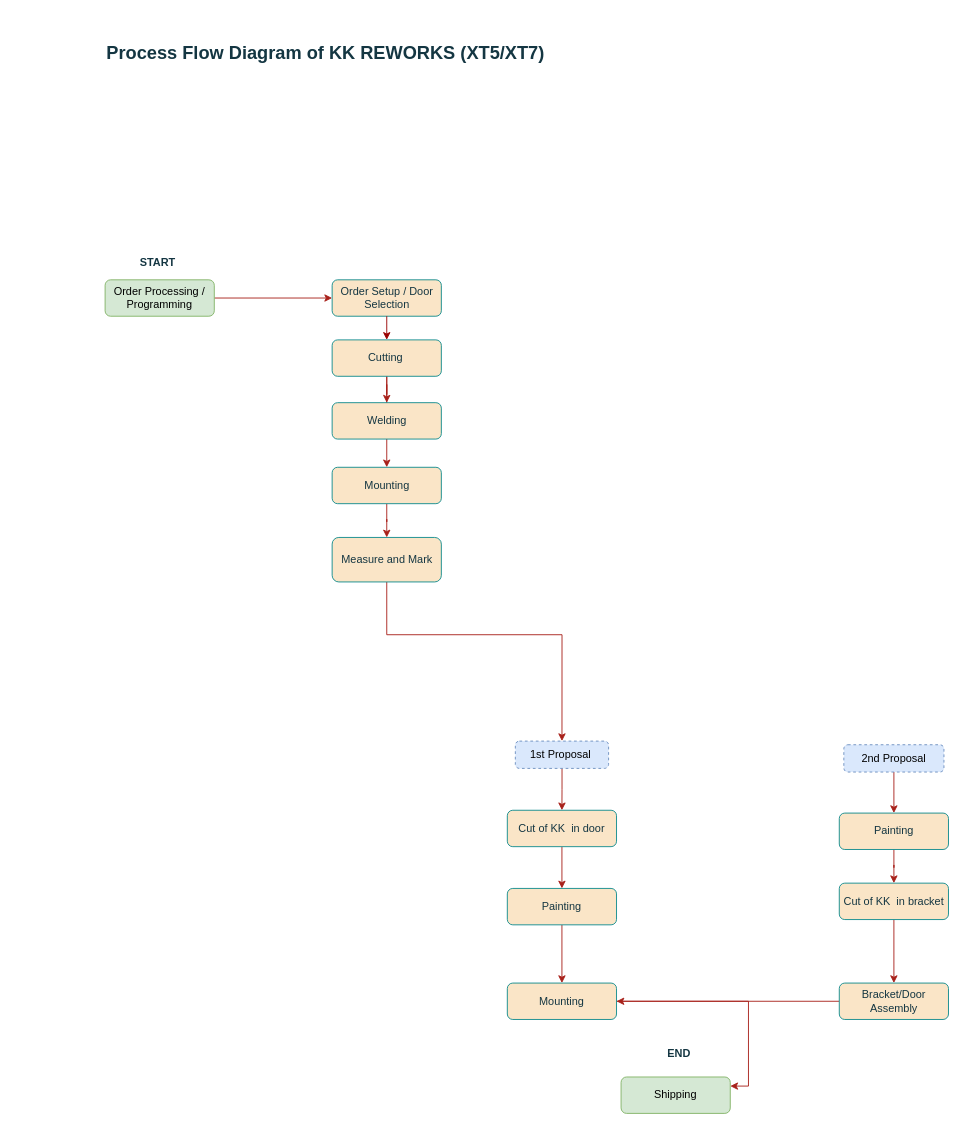
nalrob/Me keeps this draw.io diagram as page "Propuesta 1" (3 of 4) of Untitled Diagram.drawio. Above is the earlier version. Source tidied: cells renumbered, new cells numbered last; positions are measured from the earlier drawing's top-left corner, leaving out a move shared by most shapes. Both pictures are drawn from the tidied source at 91%, with x=0, y=0 at pixel (35, 15).
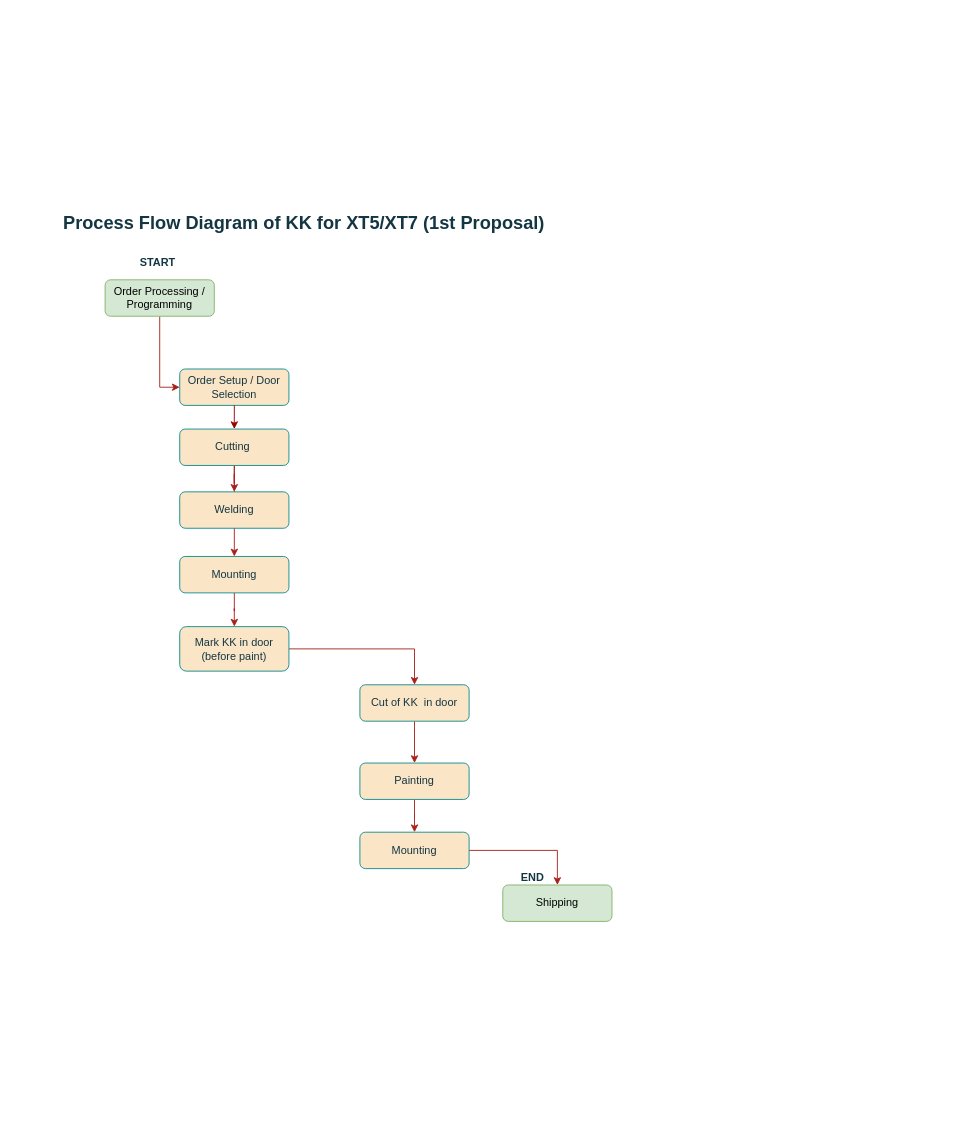
Above is the later version.

Diff of the diagram source:
```diff
@@
-    <mxCell id="2" style="edgeStyle=orthogonalEdgeStyle;rounded=0;jettySize=auto;html=1;entryX=0.5;entryY=0;entryDx=0;entryDy=0;strokeColor=#A8201A;fontColor=#143642;fillColor=#FAE5C7;" parent="1" edge="1" source="3" target="12">
+    <mxCell id="2" style="edgeStyle=orthogonalEdgeStyle;rounded=0;jettySize=auto;html=1;entryX=0.5;entryY=0;entryDx=0;entryDy=0;strokeColor=#A8201A;fontColor=#143642;fillColor=#FAE5C7;exitX=1;exitY=0.5;exitDx=0;exitDy=0;" parent="1" edge="1" source="24" target="12">
       <mxGeometry relative="1" as="geometry" />
     </mxCell>
-    <mxCell id="3" value="1st Proposal&amp;nbsp;" style="text;html=1;align=center;verticalAlign=middle;whiteSpace=wrap;rounded=1;labelBackgroundColor=none;dashed=1;strokeColor=#6c8ebf;fillColor=#dae8fc;" parent="1" vertex="1">
-      <mxGeometry x="527.8" y="796.9" width="102.5" height="30" as="geometry" />
-    </mxCell>
-    <mxCell id="4" style="edgeStyle=orthogonalEdgeStyle;rounded=0;jettySize=auto;html=1;strokeColor=#A8201A;fontColor=#143642;fillColor=#FAE5C7;" parent="1" edge="1" source="5" target="33">
-      <mxGeometry relative="1" as="geometry" />
-    </mxCell>
-    <mxCell id="5" value="2nd Proposal" style="text;html=1;align=center;verticalAlign=middle;whiteSpace=wrap;rounded=1;labelBackgroundColor=none;strokeColor=#6c8ebf;dashed=1;fillColor=#dae8fc;" parent="1" vertex="1">
-      <mxGeometry x="888.8" y="800.9" width="110" height="30" as="geometry" />
-    </mxCell>
     <mxCell id="6" value="Order Setup / Door Selection" style="rounded=1;whiteSpace=wrap;html=1;fontSize=12;glass=0;strokeWidth=1;shadow=0;labelBackgroundColor=none;fillColor=#FAE5C7;strokeColor=#0F8B8D;fontColor=#143642;" parent="1" vertex="1">
-      <mxGeometry x="326.5" y="290" width="120" height="40" as="geometry" />
+      <mxGeometry x="159" y="388" width="120" height="40" as="geometry" />
     </mxCell>
@@
     <mxCell id="8" value="Shipping" style="rounded=1;whiteSpace=wrap;html=1;fontSize=12;glass=0;strokeWidth=1;shadow=0;labelBackgroundColor=none;fillColor=#d5e8d4;strokeColor=#82b366;" parent="1" vertex="1">
-      <mxGeometry x="644" y="1166" width="120" height="40" as="geometry" />
+      <mxGeometry x="514" y="955" width="120" height="40" as="geometry" />
     </mxCell>
-    <mxCell id="9" style="edgeStyle=orthogonalEdgeStyle;rounded=0;jettySize=auto;html=1;entryX=1;entryY=0.25;entryDx=0;entryDy=0;strokeColor=#A8201A;fontColor=#143642;fillColor=#FAE5C7;" parent="1" edge="1" source="10" target="8">
+    <mxCell id="9" style="edgeStyle=orthogonalEdgeStyle;rounded=0;jettySize=auto;html=1;strokeColor=#A8201A;fontColor=#143642;fillColor=#FAE5C7;" parent="1" edge="1" source="10" target="8">
       <mxGeometry relative="1" as="geometry" />
     </mxCell>
     <mxCell id="10" value="Mounting" style="rounded=1;whiteSpace=wrap;html=1;fontSize=12;glass=0;strokeWidth=1;shadow=0;labelBackgroundColor=none;fillColor=#FAE5C7;strokeColor=#0F8B8D;fontColor=#143642;" parent="1" vertex="1">
-      <mxGeometry x="519" y="1062.8" width="120" height="40" as="geometry" />
+      <mxGeometry x="357" y="897" width="120" height="40" as="geometry" />
     </mxCell>
@@
     <mxCell id="12" value="Cut of KK&amp;nbsp; in door" style="rounded=1;whiteSpace=wrap;html=1;fontSize=12;glass=0;strokeWidth=1;shadow=0;labelBackgroundColor=none;fillColor=#FAE5C7;strokeColor=#0F8B8D;fontColor=#143642;" parent="1" vertex="1">
-      <mxGeometry x="519" y="872.9" width="120" height="40" as="geometry" />
+      <mxGeometry x="357" y="735" width="120" height="40" as="geometry" />
     </mxCell>
@@
     <mxCell id="14" value="Painting" style="rounded=1;whiteSpace=wrap;html=1;fontSize=12;glass=0;strokeWidth=1;shadow=0;labelBackgroundColor=none;fillColor=#FAE5C7;strokeColor=#0F8B8D;fontColor=#143642;" parent="1" vertex="1">
-      <mxGeometry x="519" y="958.8" width="120" height="40" as="geometry" />
+      <mxGeometry x="357" y="821" width="120" height="40" as="geometry" />
     </mxCell>
@@
     <mxCell id="17" value="Cutting&amp;nbsp;" style="rounded=1;whiteSpace=wrap;html=1;fontSize=12;glass=0;strokeWidth=1;shadow=0;labelBackgroundColor=none;fillColor=#FAE5C7;strokeColor=#0F8B8D;fontColor=#143642;" parent="1" vertex="1">
-      <mxGeometry x="326.5" y="356" width="120" height="40" as="geometry" />
+      <mxGeometry x="159" y="454" width="120" height="40" as="geometry" />
     </mxCell>
     <mxCell id="18" value="Welding" style="rounded=1;whiteSpace=wrap;html=1;fontSize=12;glass=0;strokeWidth=1;shadow=0;labelBackgroundColor=none;fillColor=#FAE5C7;strokeColor=#0F8B8D;fontColor=#143642;" parent="1" vertex="1">
-      <mxGeometry x="326.5" y="425" width="120" height="40" as="geometry" />
+      <mxGeometry x="159" y="523" width="120" height="40" as="geometry" />
     </mxCell>
-    <mxCell id="19" style="edgeStyle=orthogonalEdgeStyle;rounded=0;jettySize=auto;html=1;entryX=1;entryY=0.5;entryDx=0;entryDy=0;strokeColor=#A8201A;fontColor=#143642;fillColor=#FAE5C7;" parent="1" edge="1" source="20" target="10">
-      <mxGeometry relative="1" as="geometry" />
-    </mxCell>
-    <mxCell id="20" value="Bracket/Door Assembly" style="rounded=1;whiteSpace=wrap;html=1;fontSize=12;glass=0;strokeWidth=1;shadow=0;labelBackgroundColor=none;fillColor=#FAE5C7;strokeColor=#0F8B8D;fontColor=#143642;" parent="1" vertex="1">
-      <mxGeometry x="883.8" y="1062.8" width="120" height="40" as="geometry" />
-    </mxCell>
@@
     <mxCell id="22" value="Mounting" style="rounded=1;whiteSpace=wrap;html=1;fontSize=12;glass=0;strokeWidth=1;shadow=0;labelBackgroundColor=none;fillColor=#FAE5C7;strokeColor=#0F8B8D;fontColor=#143642;" parent="1" vertex="1">
-      <mxGeometry x="326.5" y="496" width="120" height="40" as="geometry" />
+      <mxGeometry x="159" y="594" width="120" height="40" as="geometry" />
     </mxCell>
-    <mxCell id="23" style="edgeStyle=orthogonalEdgeStyle;rounded=0;jettySize=auto;html=1;entryX=0.5;entryY=0;entryDx=0;entryDy=0;strokeColor=#A8201A;fontColor=#143642;fillColor=#FAE5C7;" parent="1" edge="1" source="24" target="3">
-      <mxGeometry relative="1" as="geometry">
-        <Array as="points">
-          <mxPoint x="387" y="680" />
-          <mxPoint x="579" y="680" />
-        </Array>
-      </mxGeometry>
-    </mxCell>
-    <mxCell id="24" value="Measure and Mark" style="rounded=1;whiteSpace=wrap;html=1;fontSize=12;glass=0;strokeWidth=1;shadow=0;labelBackgroundColor=none;fillColor=#FAE5C7;strokeColor=#0F8B8D;fontColor=#143642;" parent="1" vertex="1">
-      <mxGeometry x="326.5" y="573.1" width="120" height="48.9" as="geometry" />
+    <mxCell id="24" value="Mark KK in door (before paint)" style="rounded=1;whiteSpace=wrap;html=1;fontSize=12;glass=0;strokeWidth=1;shadow=0;labelBackgroundColor=none;fillColor=#FAE5C7;strokeColor=#0F8B8D;fontColor=#143642;" parent="1" vertex="1">
+      <mxGeometry x="159" y="671.1" width="120" height="48.9" as="geometry" />
     </mxCell>
-    <mxCell id="25" style="edgeStyle=orthogonalEdgeStyle;rounded=0;jettySize=auto;html=1;strokeColor=#A8201A;fontColor=#143642;fillColor=#FAE5C7;" parent="1" edge="1" source="26" target="20">
-      <mxGeometry relative="1" as="geometry" />
-    </mxCell>
-    <mxCell id="26" value="Cut of KK&amp;nbsp; in bracket" style="rounded=1;whiteSpace=wrap;html=1;fontSize=12;glass=0;strokeWidth=1;shadow=0;labelBackgroundColor=none;fillColor=#FAE5C7;strokeColor=#0F8B8D;fontColor=#143642;" parent="1" vertex="1">
-      <mxGeometry x="883.8" y="953" width="120" height="40" as="geometry" />
-    </mxCell>
@@
     <mxCell id="30" value="END" style="text;html=1;align=center;verticalAlign=middle;whiteSpace=wrap;rounded=0;fontColor=#143642;fontStyle=1;" parent="1" vertex="1">
-      <mxGeometry x="678" y="1125" width="60" height="30" as="geometry" />
+      <mxGeometry x="517" y="932" width="60" height="30" as="geometry" />
     </mxCell>
-    <mxCell id="31" value="Process Flow Diagram of KK REWORKS (XT5/XT7)" style="text;html=1;align=center;verticalAlign=middle;whiteSpace=wrap;rounded=0;fontColor=#143642;fontSize=20;labelBackgroundColor=none;fontStyle=1;fontFamily=Helvetica;" parent="1" vertex="1">
-      <mxGeometry width="639" height="79" as="geometry" />
+    <mxCell id="31" value="Process Flow Diagram of KK for XT5/XT7 (1st Proposal)&amp;nbsp;" style="text;html=1;align=center;verticalAlign=middle;whiteSpace=wrap;rounded=0;fontColor=#143642;fontSize=20;labelBackgroundColor=none;fontStyle=1;fontFamily=Helvetica;" parent="1" vertex="1">
+      <mxGeometry x="-21" y="187" width="639" height="79" as="geometry" />
     </mxCell>
-    <mxCell id="32" style="edgeStyle=orthogonalEdgeStyle;rounded=0;jettySize=auto;html=1;entryX=0.5;entryY=0;entryDx=0;entryDy=0;strokeColor=#A8201A;fontColor=#143642;fillColor=#FAE5C7;" parent="1" edge="1" source="33" target="26">
-      <mxGeometry relative="1" as="geometry" />
-    </mxCell>
-    <mxCell id="33" value="Painting" style="rounded=1;whiteSpace=wrap;html=1;fontSize=12;glass=0;strokeWidth=1;shadow=0;labelBackgroundColor=none;fillColor=#FAE5C7;strokeColor=#0F8B8D;fontColor=#143642;" parent="1" vertex="1">
-      <mxGeometry x="883.8" y="876" width="120" height="40" as="geometry" />
-    </mxCell>
```
